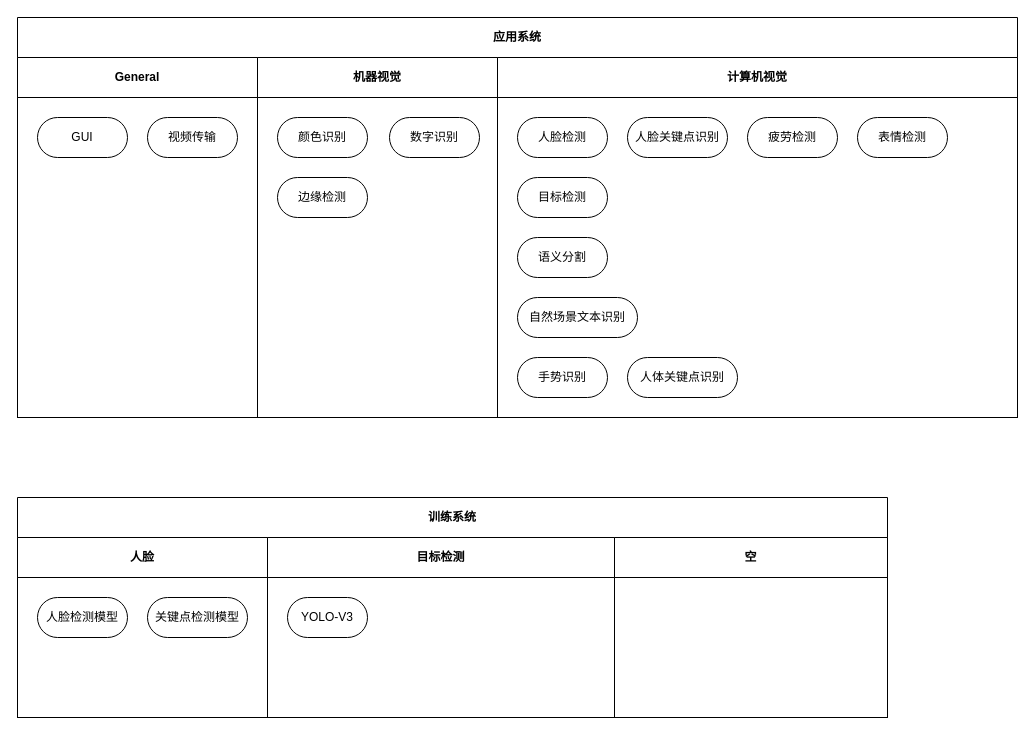
Before: System Function Design.drawio in houance/GDUTELC-Vision-System, a draw.io diagram. Source tidied: cells renumbered, new cells numbered last; positions are measured from the earlier drawing's top-left corner, leaving out a move shared by most shapes. Both pictures are drawn from the tidied source at 100%, with x=0, y=0 at pixel (17, 17).
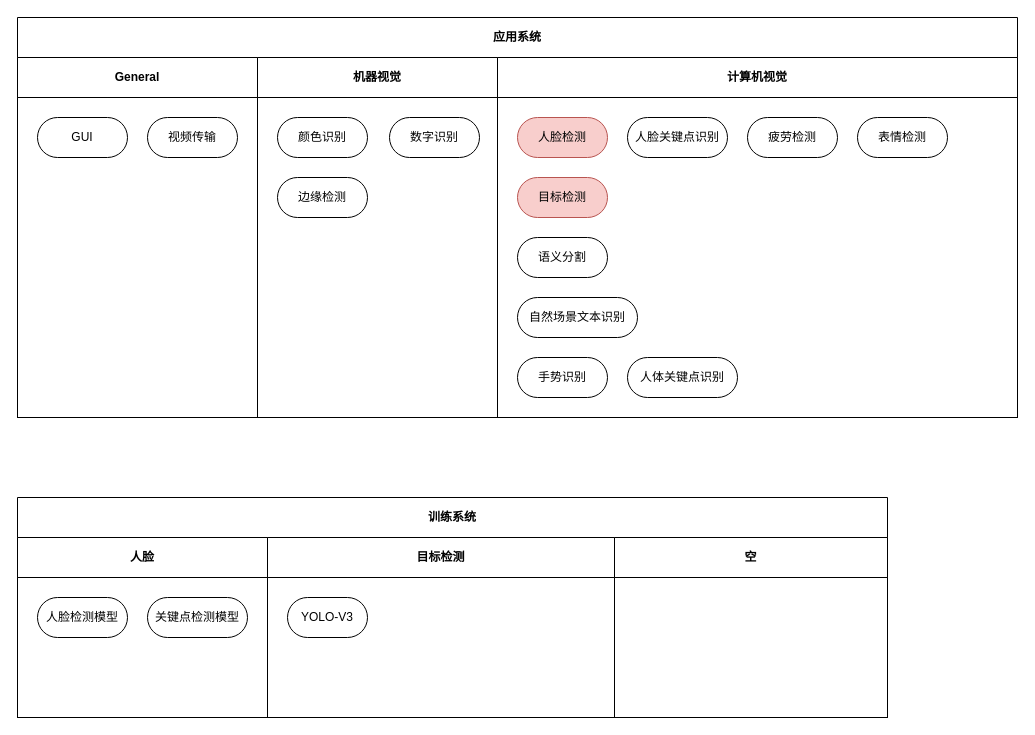
The same page after the edit.

The change refers to these unchanged cells:
```xml
<mxCell id="11" value="计算机视觉" style="swimlane;startSize=40;html=1;whiteSpace=wrap;" parent="3" vertex="1">
  <mxGeometry x="480" width="520" height="360" as="geometry" />
</mxCell>
```

Change to the diagram source:
```diff
@@
-    <mxCell id="12" value="人脸检测" style="rounded=1;whiteSpace=wrap;html=1;arcSize=50;" parent="11" vertex="1">
+    <mxCell id="12" value="人脸检测" style="rounded=1;whiteSpace=wrap;html=1;arcSize=50;fillColor=#f8cecc;strokeColor=#b85450;" parent="11" vertex="1">
       <mxGeometry x="20" y="60" width="90" height="40" as="geometry" />
     </mxCell>
@@
-    <mxCell id="15" value="目标检测" style="rounded=1;whiteSpace=wrap;html=1;arcSize=50;" parent="11" vertex="1">
+    <mxCell id="15" value="目标检测" style="rounded=1;whiteSpace=wrap;html=1;arcSize=50;fillColor=#f8cecc;strokeColor=#b85450;" parent="11" vertex="1">
       <mxGeometry x="20" y="120" width="90" height="40" as="geometry" />
     </mxCell>
```
